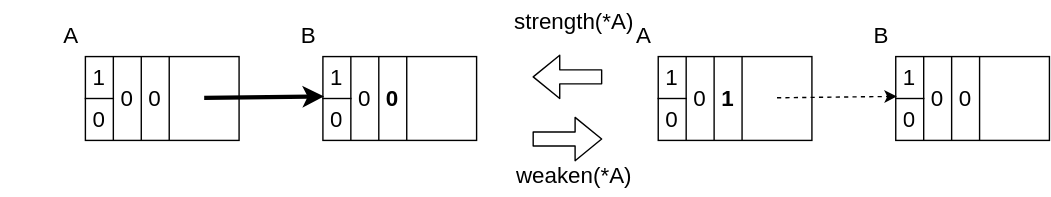
This is assets/img/lecture_materials/GarbageCollection/ch3/flip-pointer-bit.drawio.svg from drop-stones/slides, a draw.io export, as it was before one commit. Source tidied: cells renumbered, new cells last; positions are measured from the earlier drawing's top-left corner, leaving out a move shared by most shapes.
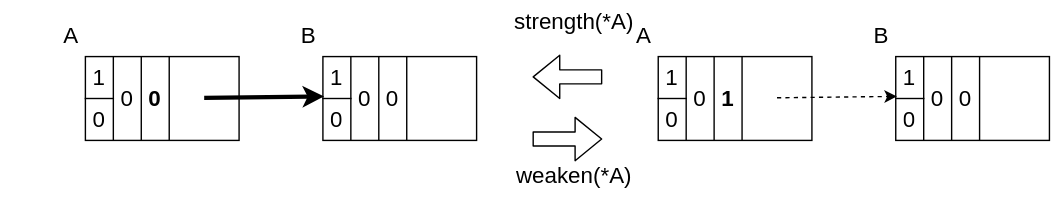
Above is the later version.

Change to the diagram source:
```diff
@@ -47,7 +47,7 @@
     <mxCell id="16" value="&lt;font style=&quot;font-size: 16px&quot;&gt;A&lt;/font&gt;" style="text;html=1;strokeColor=none;fillColor=none;align=center;verticalAlign=middle;whiteSpace=wrap;rounded=0;" parent="4" vertex="1">
       <mxGeometry x="20" width="60" height="30" as="geometry" />
     </mxCell>
-    <mxCell id="17" value="0" style="text;html=1;strokeColor=none;fillColor=none;align=center;verticalAlign=middle;whiteSpace=wrap;rounded=0;fontSize=16;" parent="4" vertex="1">
+    <mxCell id="17" value="&lt;b&gt;0&lt;/b&gt;" style="text;html=1;strokeColor=none;fillColor=none;align=center;verticalAlign=middle;whiteSpace=wrap;rounded=0;fontSize=16;" parent="4" vertex="1">
       <mxGeometry x="100" y="45" width="20" height="30" as="geometry" />
     </mxCell>
     <mxCell id="18" style="endArrow=classic;html=1;fontSize=16;strokeWidth=3;exitX=0.773;exitY=-0.017;exitDx=0;exitDy=0;exitPerimeter=0;entryX=0.008;entryY=-0.05;entryDx=0;entryDy=0;entryPerimeter=0;" parent="1" edge="1" source="11" target="28">
@@ -98,7 +98,7 @@
     <mxCell id="33" value="&lt;font style=&quot;font-size: 16px&quot;&gt;B&lt;/font&gt;" style="text;html=1;strokeColor=none;fillColor=none;align=center;verticalAlign=middle;whiteSpace=wrap;rounded=0;" parent="21" vertex="1">
       <mxGeometry x="20" width="60" height="30" as="geometry" />
     </mxCell>
-    <mxCell id="34" value="&lt;b&gt;0&lt;/b&gt;" style="text;html=1;strokeColor=none;fillColor=none;align=center;verticalAlign=middle;whiteSpace=wrap;rounded=0;fontSize=16;" parent="21" vertex="1">
+    <mxCell id="34" value="0" style="text;html=1;strokeColor=none;fillColor=none;align=center;verticalAlign=middle;whiteSpace=wrap;rounded=0;fontSize=16;" parent="21" vertex="1">
       <mxGeometry x="100" y="45" width="20" height="30" as="geometry" />
     </mxCell>
     <mxCell id="35" style="shape=table;startSize=0;fillColor=none;fontSize=16;rowLines=0;" parent="21" vertex="1">
```
